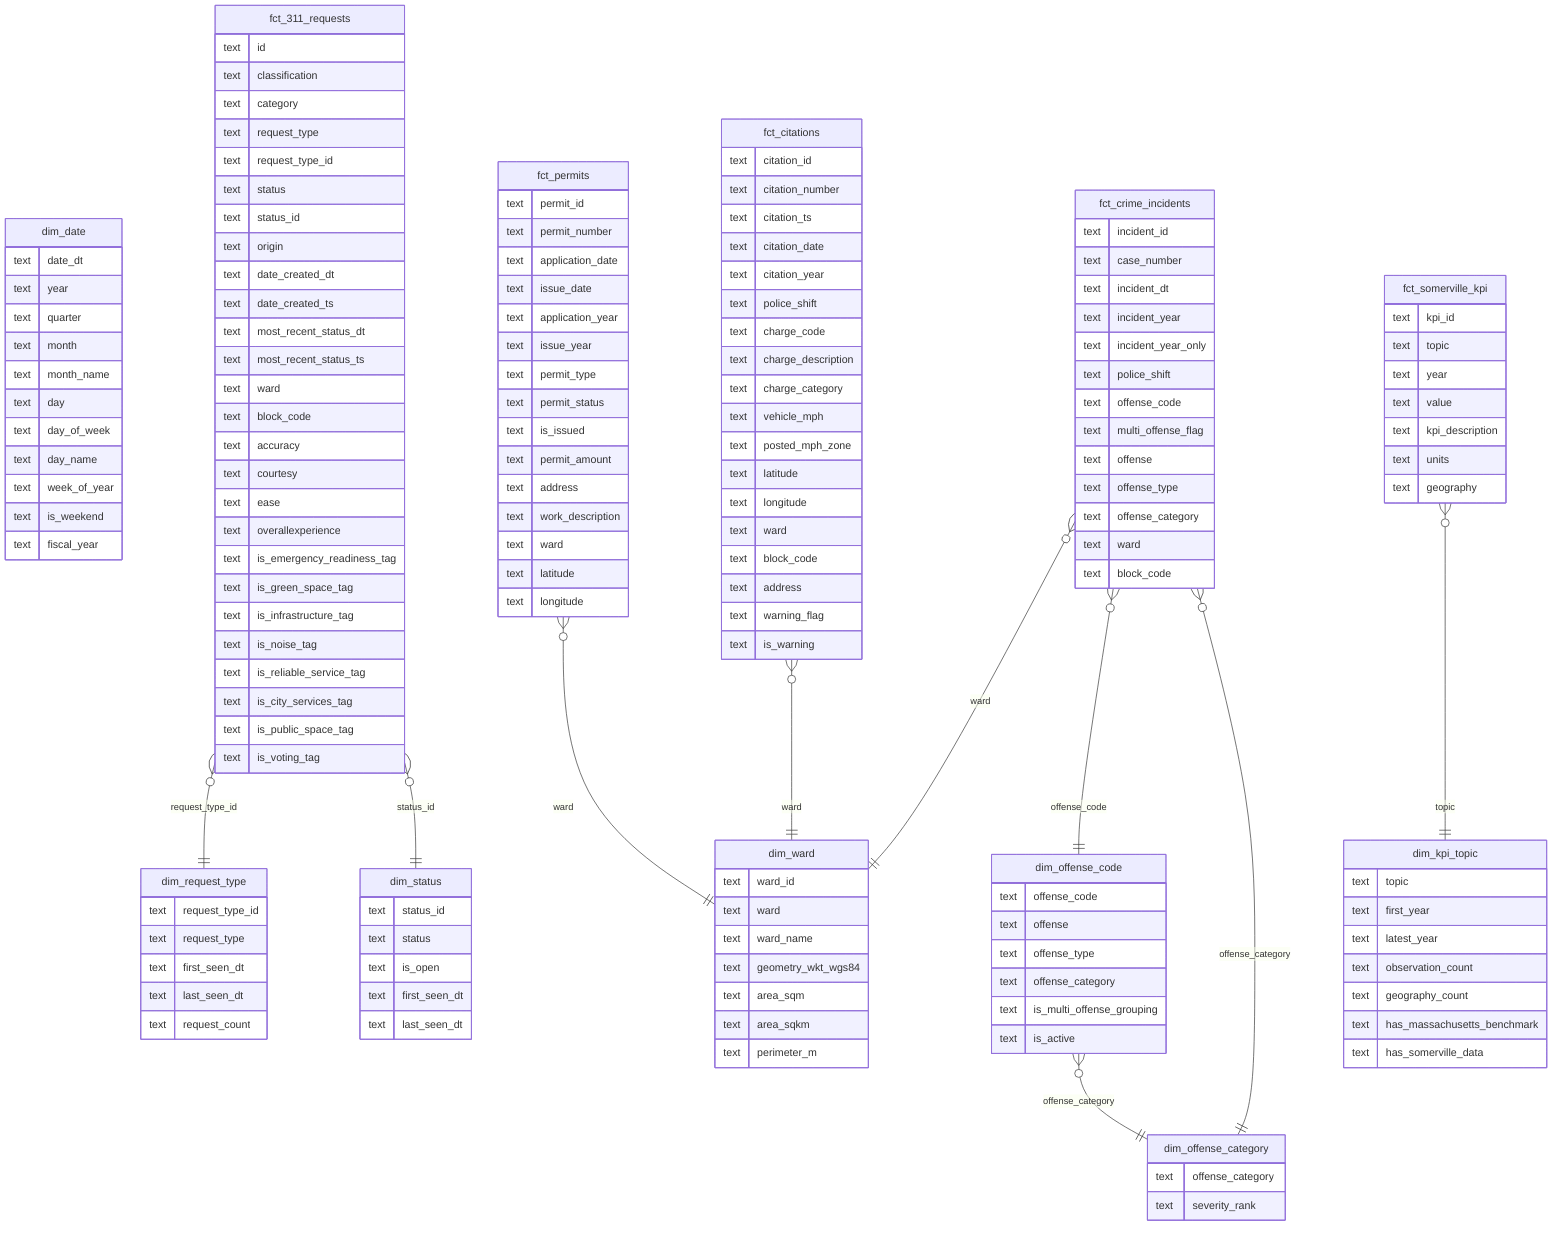
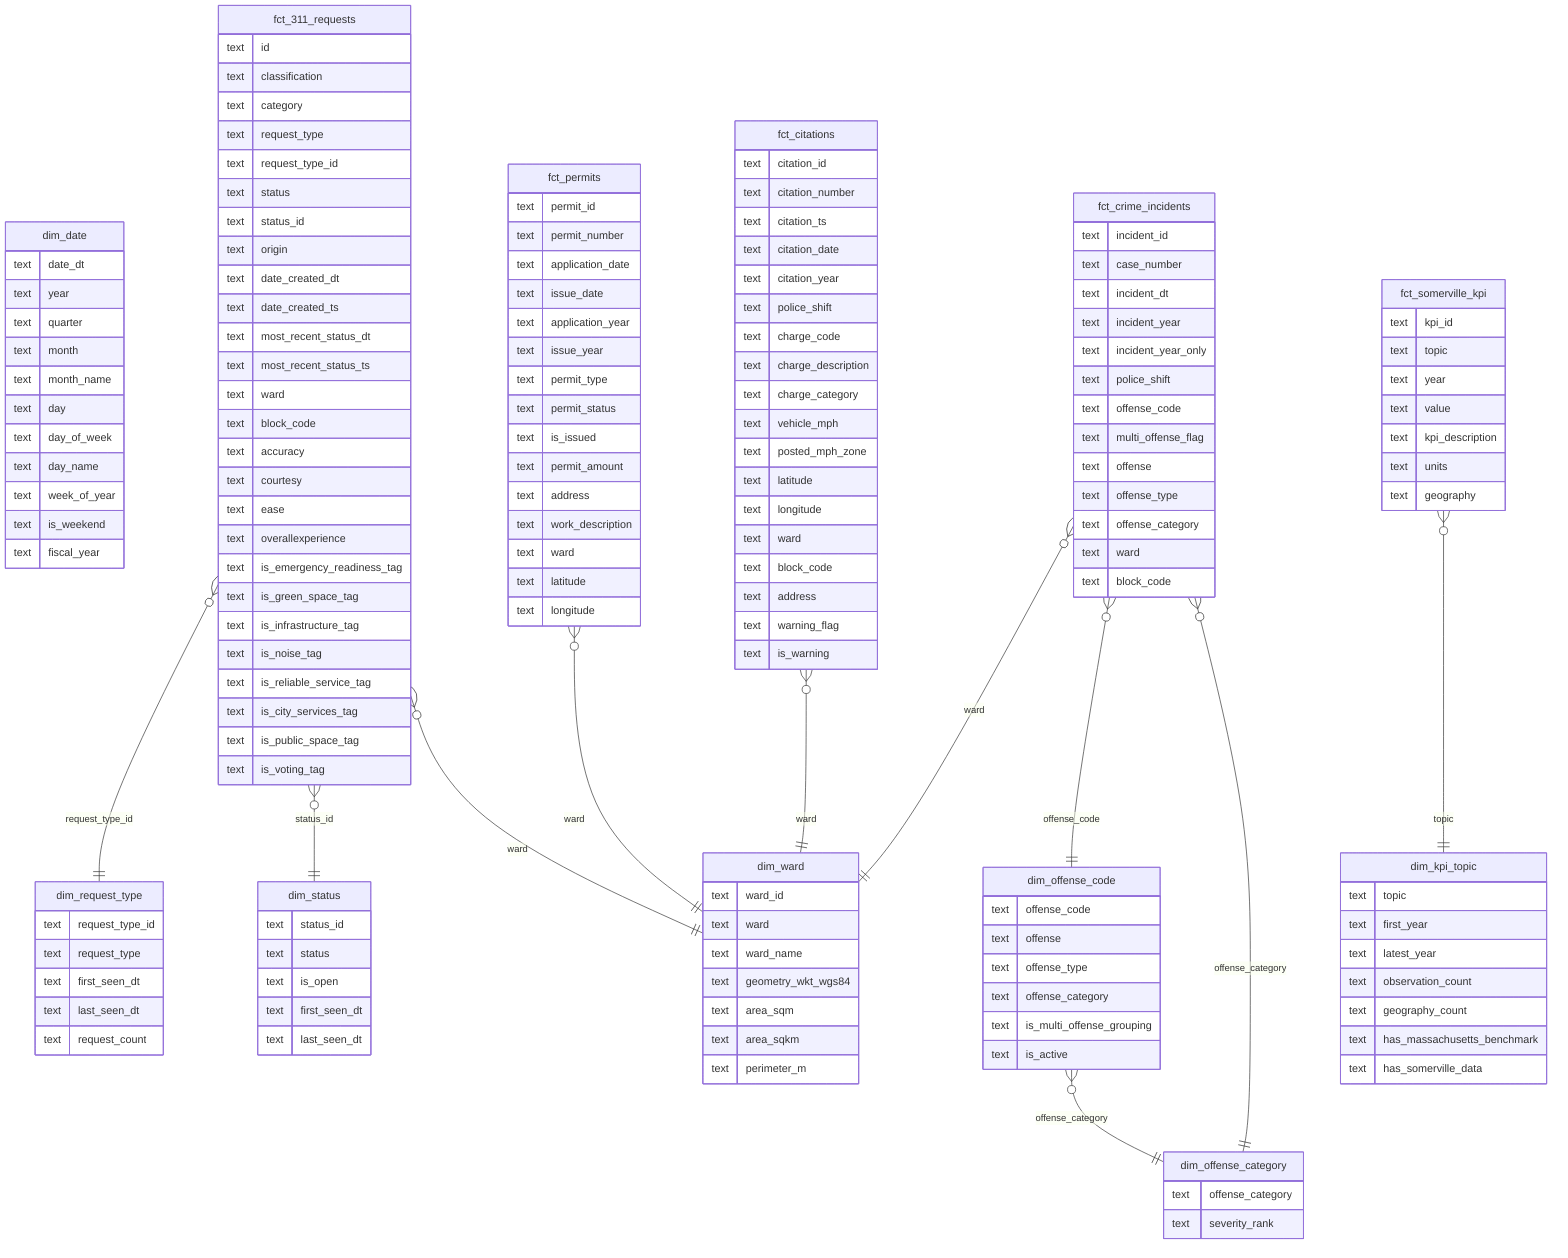
erDiagram
    %% Auto-generated by scripts/generate_per_tier_erd.py (gold tier)
    %% Columns from dbt schema.yml; audit (_*) columns omitted.
    %% Type token `text` is a generic placeholder — see docs/schema.sql
    %% for source DDL types.

    dim_date {
        text date_dt
        text year
        text quarter
        text month
        text month_name
        text day
        text day_of_week
        text day_name
        text week_of_year
        text is_weekend
        text fiscal_year
    }

    dim_request_type {
        text request_type_id
        text request_type
        text first_seen_dt
        text last_seen_dt
        text request_count
    }

    dim_status {
        text status_id
        text status
        text is_open
        text first_seen_dt
        text last_seen_dt
    }

    fct_311_requests {
        text id
        text classification
        text category
        text request_type
        text request_type_id
        text status
        text status_id
        text origin
        text date_created_dt
        text date_created_ts
        text most_recent_status_dt
        text most_recent_status_ts
        text ward
        text block_code
        text accuracy
        text courtesy
        text ease
        text overallexperience
        text is_emergency_readiness_tag
        text is_green_space_tag
        text is_infrastructure_tag
        text is_noise_tag
        text is_reliable_service_tag
        text is_city_services_tag
        text is_public_space_tag
        text is_voting_tag
    }

    dim_ward {
        text ward_id
        text ward
        text ward_name
        text geometry_wkt_wgs84
        text area_sqm
        text area_sqkm
        text perimeter_m
    }

    fct_crime_incidents {
        text incident_id
        text case_number
        text incident_dt
        text incident_year
        text incident_year_only
        text police_shift
        text offense_code
        text multi_offense_flag
        text offense
        text offense_type
        text offense_category
        text ward
        text block_code
    }

    dim_offense_code {
        text offense_code
        text offense
        text offense_type
        text offense_category
        text is_multi_offense_grouping
        text is_active
    }

    dim_offense_category {
        text offense_category
        text severity_rank
    }

    fct_permits {
        text permit_id
        text permit_number
        text application_date
        text issue_date
        text application_year
        text issue_year
        text permit_type
        text permit_status
        text is_issued
        text permit_amount
        text address
        text work_description
        text ward
        text latitude
        text longitude
    }

    fct_somerville_kpi {
        text kpi_id
        text topic
        text year
        text value
        text kpi_description
        text units
        text geography
    }

    dim_kpi_topic {
        text topic
        text first_year
        text latest_year
        text observation_count
        text geography_count
        text has_massachusetts_benchmark
        text has_somerville_data
    }

    fct_citations {
        text citation_id
        text citation_number
        text citation_ts
        text citation_date
        text citation_year
        text police_shift
        text charge_code
        text charge_description
        text charge_category
        text vehicle_mph
        text posted_mph_zone
        text latitude
        text longitude
        text ward
        text block_code
        text address
        text warning_flag
        text is_warning
    }

    fct_311_requests }o--|| dim_request_type : "request_type_id"
    fct_311_requests }o--|| dim_status : "status_id"
+     fct_311_requests }o--|| dim_ward : "ward"
    fct_crime_incidents }o--|| dim_ward : "ward"
    fct_crime_incidents }o--|| dim_offense_code : "offense_code"
    fct_crime_incidents }o--|| dim_offense_category : "offense_category"
    dim_offense_code }o--|| dim_offense_category : "offense_category"
    fct_permits }o--|| dim_ward : "ward"
    fct_somerville_kpi }o--|| dim_kpi_topic : "topic"
    fct_citations }o--|| dim_ward : "ward"
